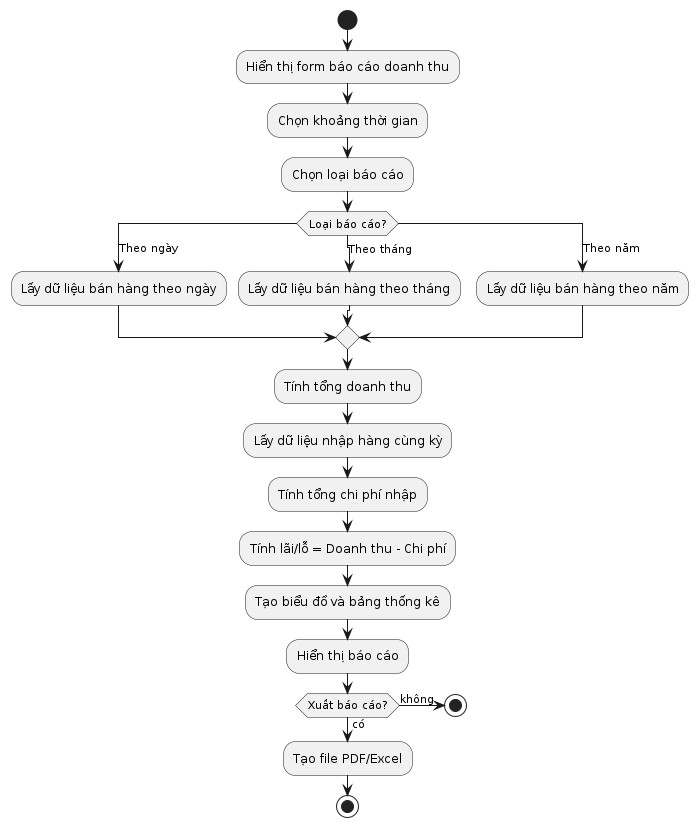
This is diagrams/RevenueReportActivity.png from Vu-Duc-Vuong/OOP_N02_T3_2_2025_Group12, a PlantUML export, as it was before one commit.
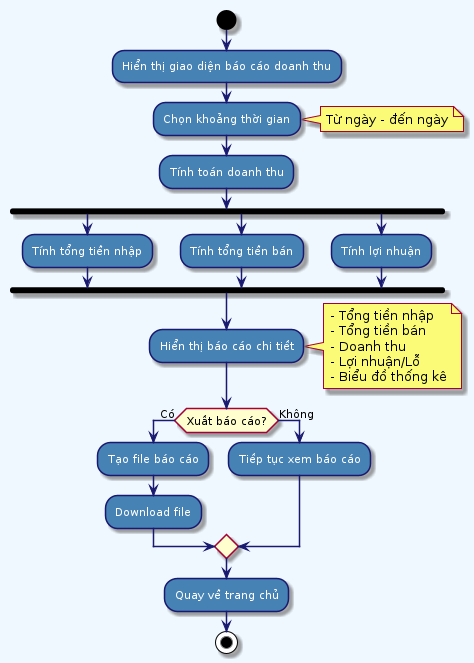
Later version of the same file.

Change to the diagram source:
```diff
@@ -1,28 +1,49 @@
 @startuml RevenueReportActivity
+skinparam backgroundColor #F0F8FF
+skinparam activity {
+    BackgroundColor #4682B4
+    BorderColor #191970
+    FontColor white
+    ArrowColor #191970
+    FontSize 11
+}
+skinparam diamond {
+    BackgroundColor #87CEEB
+    BorderColor #4682B4
+    FontColor #191970
+}
 
 start
-:Hiển thị form báo cáo doanh thu;
+:Hiển thị giao diện báo cáo doanh thu;
+
 :Chọn khoảng thời gian;
-:Chọn loại báo cáo;
-switch (Loại báo cáo?)
-case (Theo ngày)
-  :Lấy dữ liệu bán hàng theo ngày;
-case (Theo tháng)
-  :Lấy dữ liệu bán hàng theo tháng;
-case (Theo năm)
-  :Lấy dữ liệu bán hàng theo năm;
-endswitch
-:Tính tổng doanh thu;
-:Lấy dữ liệu nhập hàng cùng kỳ;
-:Tính tổng chi phí nhập;
-:Tính lãi/lỗ = Doanh thu - Chi phí;
-:Tạo biểu đồ và bảng thống kê;
-:Hiển thị báo cáo;
-if (Xuất báo cáo?) then (có)
-  :Tạo file PDF/Excel;
-else (không)
-  stop
+note right: Từ ngày - đến ngày
+
+:Tính toán doanh thu;
+fork
+    :Tính tổng tiền nhập;
+fork again
+    :Tính tổng tiền bán;
+fork again
+    :Tính lợi nhuận;
+end fork
+
+:Hiển thị báo cáo chi tiết;
+note right
+    - Tổng tiền nhập
+    - Tổng tiền bán
+    - Doanh thu
+    - Lợi nhuận/Lỗ
+    - Biểu đồ thống kê
+end note
+
+if (Xuất báo cáo?) then (Có)
+    :Tạo file báo cáo;
+    :Download file;
+else (Không)
+    :Tiếp tục xem báo cáo;
 endif
+
+:Quay về trang chủ;
 stop
-
 @enduml
```
